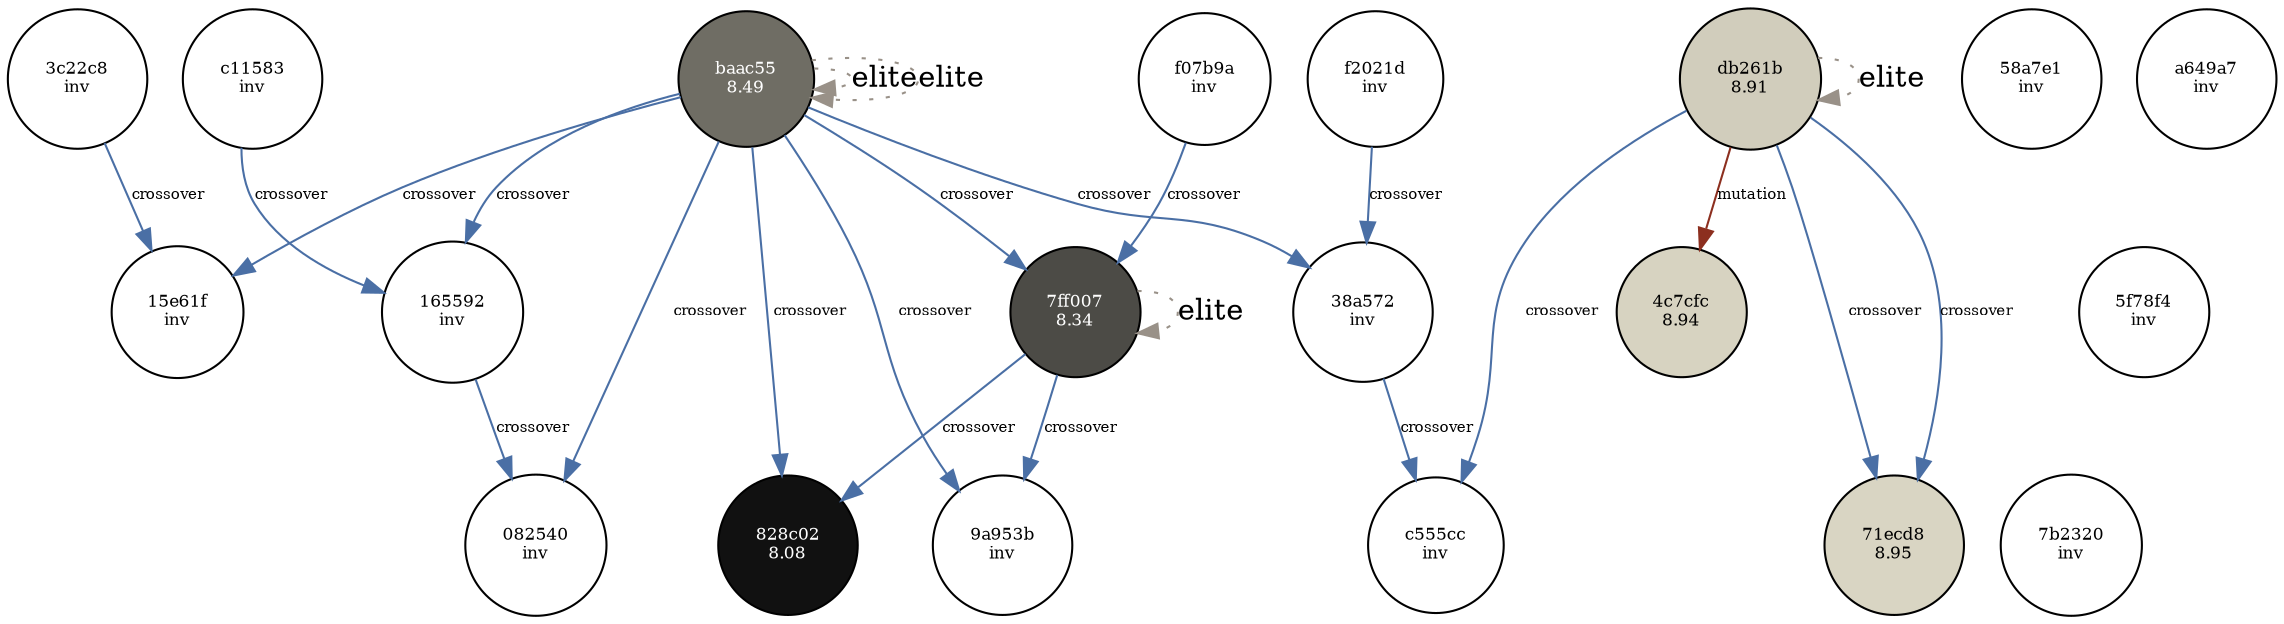
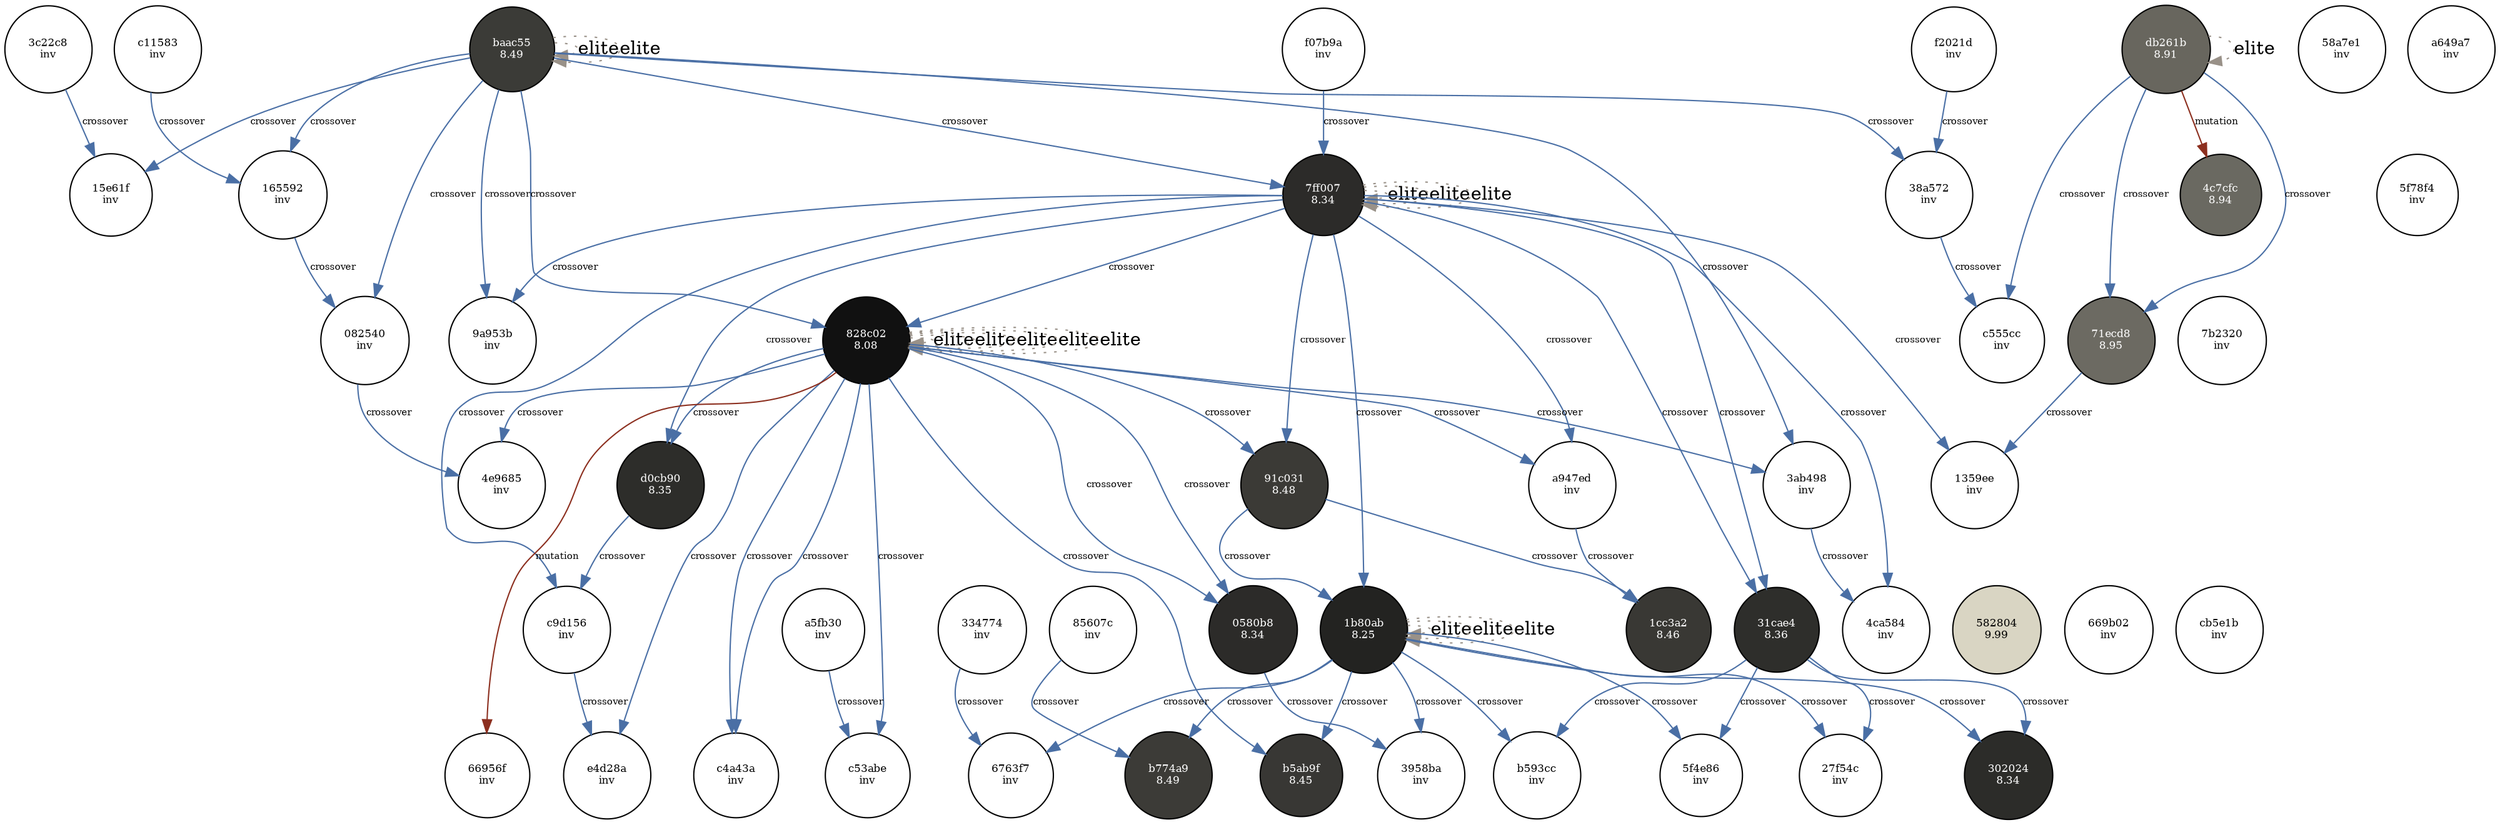
digraph lineage {
  rankdir=TB; node [shape=circle, style=filled, fontsize=8];
  "3c22c8825023" [label="3c22c8\ninv", fillcolor="#ffffff", style="solid", fontcolor=black];
  "58a7e117863f" [label="58a7e1\ninv", fillcolor="#ffffff", style="solid", fontcolor=black];
  "a649a73b7931" [label="a649a7\ninv", fillcolor="#ffffff", style="solid", fontcolor=black];
-   "baac55fb3837" [label="baac55\n8.49", fillcolor="#6f6d64", style="filled", fontcolor=white];
+   "baac55fb3837" [label="baac55\n8.49", fillcolor="#3b3b37", style="filled", fontcolor=white];
  "c115835c6e82" [label="c11583\ninv", fillcolor="#ffffff", style="solid", fontcolor=black];
-   "db261bddf5bf" [label="db261b\n8.91", fillcolor="#d1cdbc", style="filled", fontcolor=black];
+   "db261bddf5bf" [label="db261b\n8.91", fillcolor="#68665e", style="filled", fontcolor=white];
  "f07b9a58dc09" [label="f07b9a\ninv", fillcolor="#ffffff", style="solid", fontcolor=black];
  "f2021def0301" [label="f2021d\ninv", fillcolor="#ffffff", style="solid", fontcolor=black];
  "15e61fa155bc" [label="15e61f\ninv", fillcolor="#ffffff", style="solid", fontcolor=black];
  "baac55fb3837" -> "15e61fa155bc" [label="crossover", color="#4a6fa5", fontsize=7];
  "3c22c8825023" -> "15e61fa155bc" [label="crossover", color="#4a6fa5", fontsize=7];
  "165592f13128" [label="165592\ninv", fillcolor="#ffffff", style="solid", fontcolor=black];
  "c115835c6e82" -> "165592f13128" [label="crossover", color="#4a6fa5", fontsize=7];
  "baac55fb3837" -> "165592f13128" [label="crossover", color="#4a6fa5", fontsize=7];
  "38a572108ce3" [label="38a572\ninv", fillcolor="#ffffff", style="solid", fontcolor=black];
  "baac55fb3837" -> "38a572108ce3" [label="crossover", color="#4a6fa5", fontsize=7];
  "f2021def0301" -> "38a572108ce3" [label="crossover", color="#4a6fa5", fontsize=7];
-   "4c7cfc376983" [label="4c7cfc\n8.94", fillcolor="#d7d3c1", style="filled", fontcolor=black];
+   "4c7cfc376983" [label="4c7cfc\n8.94", fillcolor="#6a6961", style="filled", fontcolor=white];
  "db261bddf5bf" -> "4c7cfc376983" [label="mutation", color="#8c2f1f", fontsize=7];
  "5f78f4b0610e" [label="5f78f4\ninv", fillcolor="#ffffff", style="solid", fontcolor=black];
-   "7ff007f350ce" [label="7ff007\n8.34", fillcolor="#4c4b46", style="filled", fontcolor=white];
+   "7ff007f350ce" [label="7ff007\n8.34", fillcolor="#2c2b29", style="filled", fontcolor=white];
  "f07b9a58dc09" -> "7ff007f350ce" [label="crossover", color="#4a6fa5", fontsize=7];
  "baac55fb3837" -> "7ff007f350ce" [label="crossover", color="#4a6fa5", fontsize=7];
  "0825408aaf2c" [label="082540\ninv", fillcolor="#ffffff", style="solid", fontcolor=black];
  "165592f13128" -> "0825408aaf2c" [label="crossover", color="#4a6fa5", fontsize=7];
  "baac55fb3837" -> "0825408aaf2c" [label="crossover", color="#4a6fa5", fontsize=7];
-   "71ecd847dd02" [label="71ecd8\n8.95", fillcolor="#d9d5c3", style="filled", fontcolor=black];
+   "71ecd847dd02" [label="71ecd8\n8.95", fillcolor="#6c6a62", style="filled", fontcolor=white];
  "db261bddf5bf" -> "71ecd847dd02" [label="crossover", color="#4a6fa5", fontsize=7];
  "db261bddf5bf" -> "71ecd847dd02" [label="crossover", color="#4a6fa5", fontsize=7];
  "7b23207d056c" [label="7b2320\ninv", fillcolor="#ffffff", style="solid", fontcolor=black];
  "828c02524eb1" [label="828c02\n8.08", fillcolor="#111111", style="filled", fontcolor=white];
  "7ff007f350ce" -> "828c02524eb1" [label="crossover", color="#4a6fa5", fontsize=7];
  "baac55fb3837" -> "828c02524eb1" [label="crossover", color="#4a6fa5", fontsize=7];
  "9a953b3d00cc" [label="9a953b\ninv", fillcolor="#ffffff", style="solid", fontcolor=black];
  "baac55fb3837" -> "9a953b3d00cc" [label="crossover", color="#4a6fa5", fontsize=7];
  "7ff007f350ce" -> "9a953b3d00cc" [label="crossover", color="#4a6fa5", fontsize=7];
  "c555ccaaf20d" [label="c555cc\ninv", fillcolor="#ffffff", style="solid", fontcolor=black];
  "38a572108ce3" -> "c555ccaaf20d" [label="crossover", color="#4a6fa5", fontsize=7];
  "db261bddf5bf" -> "c555ccaaf20d" [label="crossover", color="#4a6fa5", fontsize=7];
+   "1359eeb9d001" [label="1359ee\ninv", fillcolor="#ffffff", style="solid", fontcolor=black];
+   "7ff007f350ce" -> "1359eeb9d001" [label="crossover", color="#4a6fa5", fontsize=7];
+   "71ecd847dd02" -> "1359eeb9d001" [label="crossover", color="#4a6fa5", fontsize=7];
+   "3ab498bc6b27" [label="3ab498\ninv", fillcolor="#ffffff", style="solid", fontcolor=black];
+   "baac55fb3837" -> "3ab498bc6b27" [label="crossover", color="#4a6fa5", fontsize=7];
+   "828c02524eb1" -> "3ab498bc6b27" [label="crossover", color="#4a6fa5", fontsize=7];
+   "4e9685208ffd" [label="4e9685\ninv", fillcolor="#ffffff", style="solid", fontcolor=black];
+   "828c02524eb1" -> "4e9685208ffd" [label="crossover", color="#4a6fa5", fontsize=7];
+   "0825408aaf2c" -> "4e9685208ffd" [label="crossover", color="#4a6fa5", fontsize=7];
+   "91c031dff2fd" [label="91c031\n8.48", fillcolor="#3b3a36", style="filled", fontcolor=white];
+   "7ff007f350ce" -> "91c031dff2fd" [label="crossover", color="#4a6fa5", fontsize=7];
+   "828c02524eb1" -> "91c031dff2fd" [label="crossover", color="#4a6fa5", fontsize=7];
+   "a947ed4884d4" [label="a947ed\ninv", fillcolor="#ffffff", style="solid", fontcolor=black];
+   "828c02524eb1" -> "a947ed4884d4" [label="crossover", color="#4a6fa5", fontsize=7];
+   "7ff007f350ce" -> "a947ed4884d4" [label="crossover", color="#4a6fa5", fontsize=7];
+   "d0cb9030fd42" [label="d0cb90\n8.35", fillcolor="#2d2d2a", style="filled", fontcolor=white];
+   "7ff007f350ce" -> "d0cb9030fd42" [label="crossover", color="#4a6fa5", fontsize=7];
+   "828c02524eb1" -> "d0cb9030fd42" [label="crossover", color="#4a6fa5", fontsize=7];
+   "1b80ab377486" [label="1b80ab\n8.25", fillcolor="#232321", style="filled", fontcolor=white];
+   "91c031dff2fd" -> "1b80ab377486" [label="crossover", color="#4a6fa5", fontsize=7];
+   "7ff007f350ce" -> "1b80ab377486" [label="crossover", color="#4a6fa5", fontsize=7];
+   "1cc3a28b7956" [label="1cc3a2\n8.46", fillcolor="#393834", style="filled", fontcolor=white];
+   "91c031dff2fd" -> "1cc3a28b7956" [label="crossover", color="#4a6fa5", fontsize=7];
+   "a947ed4884d4" -> "1cc3a28b7956" [label="crossover", color="#4a6fa5", fontsize=7];
+   "31cae443aca7" [label="31cae4\n8.36", fillcolor="#2e2e2b", style="filled", fontcolor=white];
+   "7ff007f350ce" -> "31cae443aca7" [label="crossover", color="#4a6fa5", fontsize=7];
+   "7ff007f350ce" -> "31cae443aca7" [label="crossover", color="#4a6fa5", fontsize=7];
+   "4ca584dd915a" [label="4ca584\ninv", fillcolor="#ffffff", style="solid", fontcolor=black];
+   "3ab498bc6b27" -> "4ca584dd915a" [label="crossover", color="#4a6fa5", fontsize=7];
+   "7ff007f350ce" -> "4ca584dd915a" [label="crossover", color="#4a6fa5", fontsize=7];
+   "58280438d526" [label="582804\n9.99", fillcolor="#d9d5c3", style="filled", fontcolor=black];
+   "c9d1560aee6a" [label="c9d156\ninv", fillcolor="#ffffff", style="solid", fontcolor=black];
+   "7ff007f350ce" -> "c9d1560aee6a" [label="crossover", color="#4a6fa5", fontsize=7];
+   "d0cb9030fd42" -> "c9d1560aee6a" [label="crossover", color="#4a6fa5", fontsize=7];
+   "27f54c0485f9" [label="27f54c\ninv", fillcolor="#ffffff", style="solid", fontcolor=black];
+   "31cae443aca7" -> "27f54c0485f9" [label="crossover", color="#4a6fa5", fontsize=7];
+   "1b80ab377486" -> "27f54c0485f9" [label="crossover", color="#4a6fa5", fontsize=7];
+   "30202426bc05" [label="302024\n8.34", fillcolor="#2c2c29", style="filled", fontcolor=white];
+   "31cae443aca7" -> "30202426bc05" [label="crossover", color="#4a6fa5", fontsize=7];
+   "1b80ab377486" -> "30202426bc05" [label="crossover", color="#4a6fa5", fontsize=7];
+   "5f4e86d80d6a" [label="5f4e86\ninv", fillcolor="#ffffff", style="solid", fontcolor=black];
+   "31cae443aca7" -> "5f4e86d80d6a" [label="crossover", color="#4a6fa5", fontsize=7];
+   "1b80ab377486" -> "5f4e86d80d6a" [label="crossover", color="#4a6fa5", fontsize=7];
+   "b593cc83ab09" [label="b593cc\ninv", fillcolor="#ffffff", style="solid", fontcolor=black];
+   "31cae443aca7" -> "b593cc83ab09" [label="crossover", color="#4a6fa5", fontsize=7];
+   "1b80ab377486" -> "b593cc83ab09" [label="crossover", color="#4a6fa5", fontsize=7];
+   "b5ab9fb636a2" [label="b5ab9f\n8.45", fillcolor="#383734", style="filled", fontcolor=white];
+   "1b80ab377486" -> "b5ab9fb636a2" [label="crossover", color="#4a6fa5", fontsize=7];
+   "828c02524eb1" -> "b5ab9fb636a2" [label="crossover", color="#4a6fa5", fontsize=7];
+   "e4d28ae361dc" [label="e4d28a\ninv", fillcolor="#ffffff", style="solid", fontcolor=black];
+   "828c02524eb1" -> "e4d28ae361dc" [label="crossover", color="#4a6fa5", fontsize=7];
+   "c9d1560aee6a" -> "e4d28ae361dc" [label="crossover", color="#4a6fa5", fontsize=7];
+   "0580b8278066" [label="0580b8\n8.34", fillcolor="#2c2b29", style="filled", fontcolor=white];
+   "828c02524eb1" -> "0580b8278066" [label="crossover", color="#4a6fa5", fontsize=7];
+   "828c02524eb1" -> "0580b8278066" [label="crossover", color="#4a6fa5", fontsize=7];
+   "334774de6e6a" [label="334774\ninv", fillcolor="#ffffff", style="solid", fontcolor=black];
+   "669b0269ed98" [label="669b02\ninv", fillcolor="#ffffff", style="solid", fontcolor=black];
+   "85607c76f3ef" [label="85607c\ninv", fillcolor="#ffffff", style="solid", fontcolor=black];
+   "a5fb30f300c1" [label="a5fb30\ninv", fillcolor="#ffffff", style="solid", fontcolor=black];
+   "cb5e1b4c994b" [label="cb5e1b\ninv", fillcolor="#ffffff", style="solid", fontcolor=black];
+   "3958ba7c85c8" [label="3958ba\ninv", fillcolor="#ffffff", style="solid", fontcolor=black];
+   "0580b8278066" -> "3958ba7c85c8" [label="crossover", color="#4a6fa5", fontsize=7];
+   "1b80ab377486" -> "3958ba7c85c8" [label="crossover", color="#4a6fa5", fontsize=7];
+   "66956f5b8bf0" [label="66956f\ninv", fillcolor="#ffffff", style="solid", fontcolor=black];
+   "828c02524eb1" -> "66956f5b8bf0" [label="mutation", color="#8c2f1f", fontsize=7];
+   "6763f7229a99" [label="6763f7\ninv", fillcolor="#ffffff", style="solid", fontcolor=black];
+   "334774de6e6a" -> "6763f7229a99" [label="crossover", color="#4a6fa5", fontsize=7];
+   "1b80ab377486" -> "6763f7229a99" [label="crossover", color="#4a6fa5", fontsize=7];
+   "b774a9dbeee5" [label="b774a9\n8.49", fillcolor="#3c3b37", style="filled", fontcolor=white];
+   "1b80ab377486" -> "b774a9dbeee5" [label="crossover", color="#4a6fa5", fontsize=7];
+   "85607c76f3ef" -> "b774a9dbeee5" [label="crossover", color="#4a6fa5", fontsize=7];
+   "c4a43a086aaf" [label="c4a43a\ninv", fillcolor="#ffffff", style="solid", fontcolor=black];
+   "828c02524eb1" -> "c4a43a086aaf" [label="crossover", color="#4a6fa5", fontsize=7];
+   "828c02524eb1" -> "c4a43a086aaf" [label="crossover", color="#4a6fa5", fontsize=7];
+   "c53abe0aaad5" [label="c53abe\ninv", fillcolor="#ffffff", style="solid", fontcolor=black];
+   "a5fb30f300c1" -> "c53abe0aaad5" [label="crossover", color="#4a6fa5", fontsize=7];
+   "828c02524eb1" -> "c53abe0aaad5" [label="crossover", color="#4a6fa5", fontsize=7];
  { rank=same; "3c22c8825023"; "58a7e117863f"; "a649a73b7931"; "baac55fb3837"; "c115835c6e82"; "db261bddf5bf"; "f07b9a58dc09"; "f2021def0301" }
  { rank=same; "15e61fa155bc"; "165592f13128"; "38a572108ce3"; "4c7cfc376983"; "5f78f4b0610e"; "7ff007f350ce" }
  { rank=same; "0825408aaf2c"; "71ecd847dd02"; "7b23207d056c"; "828c02524eb1"; "9a953b3d00cc"; "c555ccaaf20d" }
+   { rank=same; "1359eeb9d001"; "3ab498bc6b27"; "4e9685208ffd"; "91c031dff2fd"; "a947ed4884d4"; "d0cb9030fd42" }
+   { rank=same; "1b80ab377486"; "1cc3a28b7956"; "31cae443aca7"; "4ca584dd915a"; "58280438d526"; "c9d1560aee6a" }
+   { rank=same; "27f54c0485f9"; "30202426bc05"; "5f4e86d80d6a"; "b593cc83ab09"; "b5ab9fb636a2"; "e4d28ae361dc" }
+   { rank=same; "0580b8278066"; "334774de6e6a"; "669b0269ed98"; "85607c76f3ef"; "a5fb30f300c1"; "cb5e1b4c994b" }
+   { rank=same; "3958ba7c85c8"; "66956f5b8bf0"; "6763f7229a99"; "b774a9dbeee5"; "c4a43a086aaf"; "c53abe0aaad5" }
  "baac55fb3837" -> "baac55fb3837" [style=dotted, color="#999188", label="elite"];
  "db261bddf5bf" -> "db261bddf5bf" [style=dotted, color="#999188", label="elite"];
  "7ff007f350ce" -> "7ff007f350ce" [style=dotted, color="#999188", label="elite"];
  "baac55fb3837" -> "baac55fb3837" [style=dotted, color="#999188", label="elite"];
+   "828c02524eb1" -> "828c02524eb1" [style=dotted, color="#999188", label="elite"];
+   "7ff007f350ce" -> "7ff007f350ce" [style=dotted, color="#999188", label="elite"];
+   "828c02524eb1" -> "828c02524eb1" [style=dotted, color="#999188", label="elite"];
+   "7ff007f350ce" -> "7ff007f350ce" [style=dotted, color="#999188", label="elite"];
+   "828c02524eb1" -> "828c02524eb1" [style=dotted, color="#999188", label="elite"];
+   "1b80ab377486" -> "1b80ab377486" [style=dotted, color="#999188", label="elite"];
+   "828c02524eb1" -> "828c02524eb1" [style=dotted, color="#999188", label="elite"];
+   "1b80ab377486" -> "1b80ab377486" [style=dotted, color="#999188", label="elite"];
+   "828c02524eb1" -> "828c02524eb1" [style=dotted, color="#999188", label="elite"];
+   "1b80ab377486" -> "1b80ab377486" [style=dotted, color="#999188", label="elite"];
}